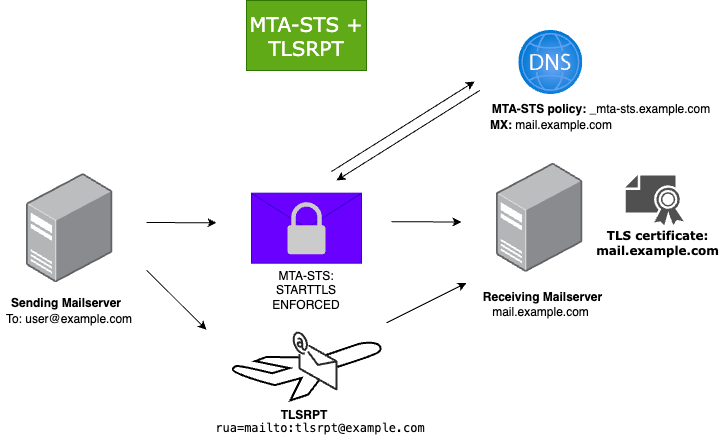
The draw.io diagram docs/images/mta-sts-explained/mta-sts-tlsrpt-visual.png in vand3rlinden/vand3rlinden.github.io, before a commit. Source tidied: cells renumbered, new cells last; positions are measured from the earlier drawing's top-left corner, leaving out a move shared by most shapes.
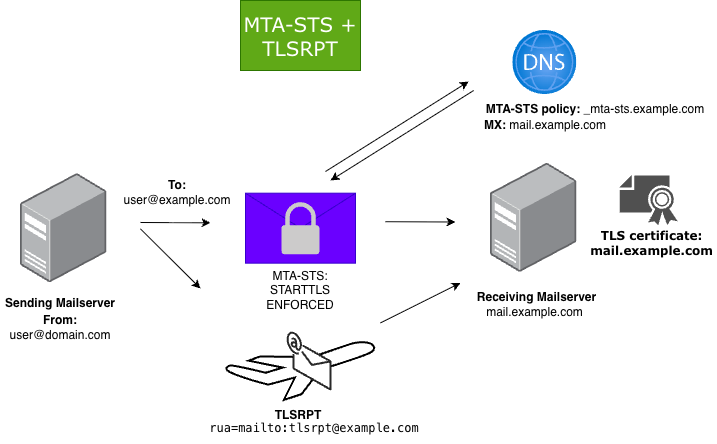
Later version of the same file.

Diff of the diagram source:
```diff
@@ -37,8 +37,8 @@
     </mxCell>
     <mxCell id="12" style="endArrow=classic;html=1;rounded=0;" parent="1" edge="1">
       <mxGeometry relative="1" as="geometry">
-        <mxPoint x="147" y="269.7" as="sourcePoint" />
-        <mxPoint x="207" y="329.3" as="targetPoint" />
+        <mxPoint x="147" y="228.4" as="sourcePoint" />
+        <mxPoint x="207" y="288" as="targetPoint" />
       </mxGeometry>
     </mxCell>
     <mxCell id="13" style="endArrow=classic;html=1;rounded=0;" parent="1" edge="1">
@@ -83,8 +83,8 @@
     <mxCell id="22" value="TLS certificate:&lt;br&gt;mail.example.com" style="text;html=1;align=center;verticalAlign=middle;strokeColor=none;fillColor=none;fontStyle=1;fontFamily=Verdana;" parent="1" vertex="1">
       <mxGeometry x="593.3" y="222.7" width="130" height="40" as="geometry" />
     </mxCell>
-    <mxCell id="23" value="To: user@example.com" style="text;html=1;align=center;verticalAlign=middle;whiteSpace=wrap;rounded=0;" parent="1" vertex="1">
-      <mxGeometry x="0.1" y="304.4" width="140" height="30" as="geometry" />
+    <mxCell id="23" value="&lt;b&gt;To:&lt;/b&gt; user@example.com" style="text;html=1;align=center;verticalAlign=middle;whiteSpace=wrap;rounded=0;" parent="1" vertex="1">
+      <mxGeometry x="129" y="176.7" width="110" height="30" as="geometry" />
     </mxCell>
     <mxCell id="24" value="&lt;span style=&quot;text-wrap-mode: wrap;&quot;&gt;mail.example.com&lt;/span&gt;" style="text;html=1;align=center;verticalAlign=middle;strokeColor=none;fillColor=none;" parent="1" vertex="1">
       <mxGeometry x="481.1" y="297" width="120" height="30" as="geometry" />
@@ -95,5 +95,8 @@
     <mxCell id="26" value="&lt;code&gt;rua=mailto:tlsrpt@example.com&lt;/code&gt;" style="text;html=1;align=center;verticalAlign=middle;whiteSpace=wrap;rounded=0;" parent="1" vertex="1">
       <mxGeometry x="291" y="413" width="60" height="30" as="geometry" />
     </mxCell>
+    <mxCell id="27" value="&lt;b&gt;From:&lt;/b&gt; user@domain.com" style="text;html=1;whiteSpace=wrap;strokeColor=none;fillColor=none;align=center;verticalAlign=middle;rounded=0;" parent="1" vertex="1">
+      <mxGeometry x="37" y="312" width="60" height="30" as="geometry" />
+    </mxCell>
   </root>
 </mxGraphModel>
```
